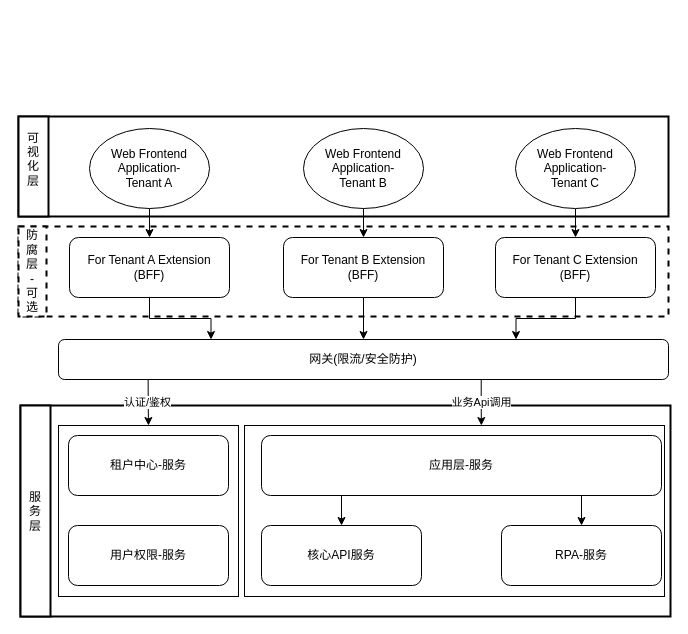
jackie-thank/beego-authz keeps this draw.io diagram as page "第 21 页" (21 of 21) of Enterprise-Architecture.drawio. Above is the earlier version. Source tidied: cells renumbered, new cells numbered last; positions are measured from the earlier drawing's top-left corner, leaving out a move shared by most shapes. Both pictures are drawn from the tidied source at 100%, with x=0, y=0 at pixel (18, 116).
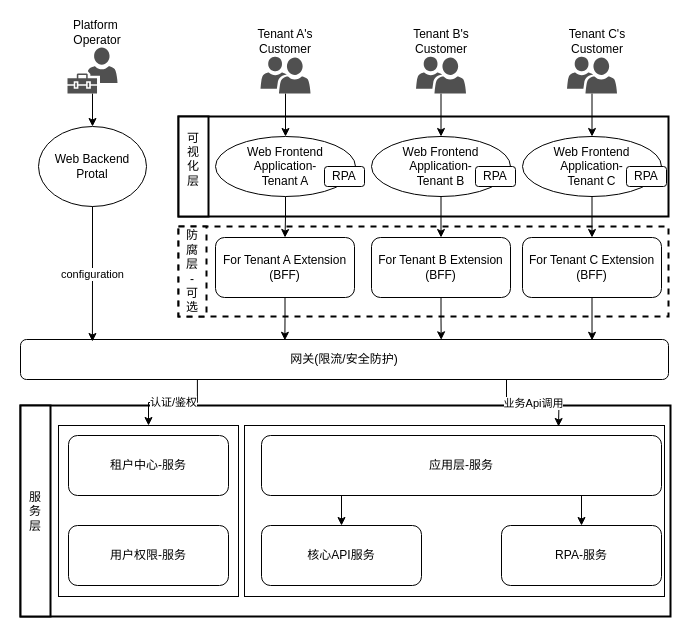
The same page after the edit.

The change refers to these unchanged cells:
```xml
<mxCell id="5" style="rounded=0;whiteSpace=wrap;html=1;" parent="1" vertex="1">
  <mxGeometry x="226" y="309" width="420" height="171" as="geometry" />
</mxCell>
<mxCell id="6" style="rounded=0;whiteSpace=wrap;html=1;" parent="1" vertex="1">
  <mxGeometry x="40" y="309" width="180" height="171" as="geometry" />
</mxCell>
```

Change to the diagram source:
```diff
@@
     <mxCell id="3" style="rounded=0;whiteSpace=wrap;html=1;strokeWidth=2;" parent="1" vertex="1">
-      <mxGeometry width="650" height="100" as="geometry" />
+      <mxGeometry x="160" width="490" height="100" as="geometry" />
     </mxCell>
     <mxCell id="4" style="rounded=0;whiteSpace=wrap;html=1;strokeWidth=2;dashed=1;" parent="1" vertex="1">
-      <mxGeometry y="110" width="650" height="90" as="geometry" />
+      <mxGeometry x="160" y="110" width="490" height="90" as="geometry" />
     </mxCell>
@@
-    <mxCell id="14" value="认证/鉴权" style="edgeStyle=orthogonalEdgeStyle;rounded=0;jettySize=auto;html=1;exitX=0.147;exitY=0.963;exitDx=0;exitDy=0;entryX=0.5;entryY=0;entryDx=0;entryDy=0;exitPerimeter=0;" parent="1" edge="1" source="16" target="6">
+    <mxCell id="14" value="认证/鉴权" style="edgeStyle=orthogonalEdgeStyle;rounded=0;jettySize=auto;html=1;exitX=0.273;exitY=0.975;exitDx=0;exitDy=0;entryX=0.5;entryY=0;entryDx=0;entryDy=0;exitPerimeter=0;" parent="1" edge="1" source="16" target="6">
       <mxGeometry relative="1" as="geometry" />
     </mxCell>
-    <mxCell id="15" value="业务Api调用" style="edgeStyle=orthogonalEdgeStyle;rounded=0;jettySize=auto;html=1;exitX=0.693;exitY=0.97;exitDx=0;exitDy=0;entryX=0.564;entryY=0;entryDx=0;entryDy=0;exitPerimeter=0;entryPerimeter=0;" parent="1" edge="1" source="16" target="5">
-      <mxGeometry relative="1" as="geometry" />
+    <mxCell id="15" value="业务Api调用" style="edgeStyle=orthogonalEdgeStyle;rounded=0;jettySize=auto;html=1;exitX=0.75;exitY=1;exitDx=0;exitDy=0;" parent="1" edge="1" source="16">
+      <mxGeometry relative="1" as="geometry">
+        <mxPoint x="540" y="310" as="targetPoint" />
+      </mxGeometry>
     </mxCell>
     <mxCell id="16" value="网关(限流/安全防护)" style="rounded=1;whiteSpace=wrap;html=1;" parent="1" vertex="1">
-      <mxGeometry x="40" y="223" width="610" height="40" as="geometry" />
+      <mxGeometry x="2" y="223" width="648" height="40" as="geometry" />
     </mxCell>
-    <mxCell id="17" style="edgeStyle=orthogonalEdgeStyle;rounded=0;jettySize=auto;html=1;exitX=0.5;exitY=1;exitDx=0;exitDy=0;entryX=0.75;entryY=0;entryDx=0;entryDy=0;" parent="1" edge="1" source="18" target="16">
+    <mxCell id="17" style="edgeStyle=orthogonalEdgeStyle;rounded=0;jettySize=auto;html=1;exitX=0.5;exitY=1;exitDx=0;exitDy=0;entryX=0.882;entryY=0.02;entryDx=0;entryDy=0;entryPerimeter=0;" parent="1" edge="1" source="18" target="16">
       <mxGeometry relative="1" as="geometry" />
     </mxCell>
     <mxCell id="18" value="&lt;div&gt;For Tenant C Extension&lt;/div&gt;&lt;div&gt;(BFF)&lt;/div&gt;" style="rounded=1;whiteSpace=wrap;html=1;flipH=0;" parent="1" vertex="1">
-      <mxGeometry x="477" y="121" width="160" height="60" as="geometry" />
+      <mxGeometry x="504" y="121" width="139" height="60" as="geometry" />
     </mxCell>
-    <mxCell id="19" style="edgeStyle=orthogonalEdgeStyle;rounded=0;jettySize=auto;html=1;exitX=0.5;exitY=1;exitDx=0;exitDy=0;" parent="1" edge="1" source="20" target="16">
-      <mxGeometry relative="1" as="geometry" />
+    <mxCell id="19" style="edgeStyle=orthogonalEdgeStyle;rounded=0;jettySize=auto;html=1;exitX=0.5;exitY=1;exitDx=0;exitDy=0;entryX=0.64;entryY=0.008;entryDx=0;entryDy=0;entryPerimeter=0;" parent="1" edge="1" source="20">
+      <mxGeometry relative="1" as="geometry">
+        <mxPoint x="422.7" y="223.3" as="targetPoint" />
+      </mxGeometry>
     </mxCell>
     <mxCell id="20" value="&lt;div&gt;For Tenant B Extension&lt;/div&gt;&lt;div&gt;(BFF)&lt;/div&gt;" style="rounded=1;whiteSpace=wrap;html=1;flipH=0;" parent="1" vertex="1">
-      <mxGeometry x="265" y="121" width="160" height="60" as="geometry" />
+      <mxGeometry x="353" y="121" width="139" height="60" as="geometry" />
     </mxCell>
-    <mxCell id="21" style="edgeStyle=orthogonalEdgeStyle;rounded=0;jettySize=auto;html=1;exitX=0.5;exitY=1;exitDx=0;exitDy=0;entryX=0.25;entryY=0;entryDx=0;entryDy=0;" parent="1" edge="1" source="22" target="16">
+    <mxCell id="21" style="edgeStyle=orthogonalEdgeStyle;rounded=0;jettySize=auto;html=1;exitX=0.5;exitY=1;exitDx=0;exitDy=0;entryX=0.408;entryY=0.02;entryDx=0;entryDy=0;entryPerimeter=0;" parent="1" edge="1" source="22" target="16">
       <mxGeometry relative="1" as="geometry" />
     </mxCell>
     <mxCell id="22" value="&lt;div&gt;For Tenant A Extension&lt;/div&gt;&lt;div&gt;(BFF)&lt;/div&gt;" style="rounded=1;whiteSpace=wrap;html=1;" parent="1" vertex="1">
-      <mxGeometry x="51" y="121" width="160" height="60" as="geometry" />
+      <mxGeometry x="197" y="121" width="139" height="60" as="geometry" />
     </mxCell>
@@
     <mxCell id="24" value="&lt;div&gt;Web Frontend&lt;/div&gt;&lt;div&gt;Application-&lt;/div&gt;&lt;div&gt;Tenant A&lt;/div&gt;" style="ellipse;whiteSpace=wrap;html=1;" parent="1" vertex="1">
-      <mxGeometry x="71" y="12" width="120" height="80" as="geometry" />
+      <mxGeometry x="197" y="20" width="140" height="60" as="geometry" />
     </mxCell>
@@
     <mxCell id="26" value="&lt;div&gt;Web Frontend&lt;/div&gt;&lt;div&gt;Application-&lt;/div&gt;&lt;div&gt;Tenant B&lt;/div&gt;" style="ellipse;whiteSpace=wrap;html=1;" parent="1" vertex="1">
-      <mxGeometry x="285" y="12" width="120" height="80" as="geometry" />
+      <mxGeometry x="353" y="20" width="139" height="60" as="geometry" />
     </mxCell>
@@
     <mxCell id="28" value="&lt;div&gt;Web Frontend&lt;/div&gt;&lt;div&gt;Application-&lt;/div&gt;&lt;div&gt;Tenant C&lt;/div&gt;" style="ellipse;whiteSpace=wrap;html=1;" parent="1" vertex="1">
-      <mxGeometry x="497" y="12" width="120" height="80" as="geometry" />
+      <mxGeometry x="504" y="20" width="139" height="60" as="geometry" />
     </mxCell>
@@
     <mxCell id="30" value="&lt;div&gt;防&lt;/div&gt;&lt;div&gt;腐&lt;/div&gt;&lt;div&gt;层&lt;/div&gt;&lt;div&gt;-&lt;/div&gt;&lt;div&gt;可&lt;/div&gt;&lt;div&gt;选&lt;/div&gt;" style="rounded=0;whiteSpace=wrap;html=1;strokeWidth=2;dashed=1;" parent="1" vertex="1">
-      <mxGeometry y="110" width="28" height="90" as="geometry" />
+      <mxGeometry x="160" y="110" width="28" height="90" as="geometry" />
     </mxCell>
     <mxCell id="31" value="&lt;div&gt;可&lt;/div&gt;&lt;div&gt;视&lt;/div&gt;&lt;div&gt;化&lt;/div&gt;&lt;div&gt;层&lt;/div&gt;&lt;div&gt;&lt;br&gt;&lt;/div&gt;" style="rounded=0;whiteSpace=wrap;html=1;strokeWidth=2;" parent="1" vertex="1">
-      <mxGeometry width="30" height="100" as="geometry" />
+      <mxGeometry x="160" width="30" height="100" as="geometry" />
     </mxCell>
+    <mxCell id="32" value="&lt;div&gt;Web Backend&lt;/div&gt;&lt;div&gt;Protal&lt;/div&gt;" style="ellipse;whiteSpace=wrap;html=1;" parent="1" vertex="1">
+      <mxGeometry x="20" y="10" width="108" height="80" as="geometry" />
+    </mxCell>
+    <mxCell id="33" value="configuration" style="edgeStyle=orthogonalEdgeStyle;rounded=0;jettySize=auto;html=1;exitX=0.5;exitY=1;exitDx=0;exitDy=0;entryX=0.111;entryY=0.05;entryDx=0;entryDy=0;entryPerimeter=0;" parent="1" edge="1" source="32" target="16">
+      <mxGeometry relative="1" as="geometry" />
+    </mxCell>
+    <mxCell id="34" style="rounded=0;jettySize=auto;html=1;exitX=0.5;exitY=1;exitDx=0;exitDy=0;exitPerimeter=0;entryX=0.5;entryY=0;entryDx=0;entryDy=0;" parent="1" edge="1" source="42" target="32">
+      <mxGeometry relative="1" as="geometry" />
+    </mxCell>
+    <mxCell id="35" style="edgeStyle=orthogonalEdgeStyle;rounded=0;jettySize=auto;html=1;exitX=0.5;exitY=1;exitDx=0;exitDy=0;exitPerimeter=0;" parent="1" edge="1" source="41" target="24">
+      <mxGeometry relative="1" as="geometry" />
+    </mxCell>
+    <mxCell id="36" style="edgeStyle=orthogonalEdgeStyle;rounded=0;jettySize=auto;html=1;exitX=0.5;exitY=1;exitDx=0;exitDy=0;exitPerimeter=0;" parent="1" edge="1" source="46" target="26">
+      <mxGeometry relative="1" as="geometry" />
+    </mxCell>
+    <mxCell id="37" style="edgeStyle=orthogonalEdgeStyle;rounded=0;jettySize=auto;html=1;exitX=0.5;exitY=1;exitDx=0;exitDy=0;exitPerimeter=0;entryX=0.5;entryY=0;entryDx=0;entryDy=0;" parent="1" edge="1" source="47" target="28">
+      <mxGeometry relative="1" as="geometry" />
+    </mxCell>
+    <mxCell id="38" value="RPA" style="rounded=1;whiteSpace=wrap;html=1;" parent="1" vertex="1">
+      <mxGeometry x="306" y="50" width="40" height="20" as="geometry" />
+    </mxCell>
+    <mxCell id="39" value="RPA" style="rounded=1;whiteSpace=wrap;html=1;" parent="1" vertex="1">
+      <mxGeometry x="457" y="50" width="40" height="20" as="geometry" />
+    </mxCell>
+    <mxCell id="40" value="RPA" style="rounded=1;whiteSpace=wrap;html=1;" parent="1" vertex="1">
+      <mxGeometry x="608" y="50" width="40" height="20" as="geometry" />
+    </mxCell>
+    <mxCell id="41" style="sketch=0;shadow=0;dashed=0;html=1;strokeColor=none;labelPosition=center;verticalLabelPosition=bottom;verticalAlign=top;align=center;fillColor=#505050;shape=mxgraph.mscae.intune.user_group;" parent="1" vertex="1">
+      <mxGeometry x="242" y="-60" width="50" height="37" as="geometry" />
+    </mxCell>
+    <mxCell id="42" style="sketch=0;shadow=0;dashed=0;html=1;strokeColor=none;labelPosition=center;verticalLabelPosition=bottom;verticalAlign=top;align=center;fillColor=#505050;shape=mxgraph.mscae.intune.user_management;" parent="1" vertex="1">
+      <mxGeometry x="49" y="-69" width="50" height="46" as="geometry" />
+    </mxCell>
+    <mxCell id="43" value="&lt;div&gt;Tenant A's&lt;/div&gt;&lt;div&gt;Customer&lt;/div&gt;" style="text;html=1;align=center;verticalAlign=middle;whiteSpace=wrap;rounded=0;" parent="1" vertex="1">
+      <mxGeometry x="237" y="-90" width="60" height="30" as="geometry" />
+    </mxCell>
+    <mxCell id="44" value="&lt;div&gt;Tenant B's&lt;/div&gt;&lt;div&gt;Customer&lt;/div&gt;" style="text;html=1;align=center;verticalAlign=middle;whiteSpace=wrap;rounded=0;" parent="1" vertex="1">
+      <mxGeometry x="392.5" y="-90" width="60" height="30" as="geometry" />
+    </mxCell>
+    <mxCell id="45" value="&lt;div&gt;Tenant C's&lt;/div&gt;&lt;div&gt;Customer&lt;/div&gt;" style="text;html=1;align=center;verticalAlign=middle;whiteSpace=wrap;rounded=0;" parent="1" vertex="1">
+      <mxGeometry x="548.5" y="-90" width="60" height="30" as="geometry" />
+    </mxCell>
+    <mxCell id="46" style="sketch=0;shadow=0;dashed=0;html=1;strokeColor=none;labelPosition=center;verticalLabelPosition=bottom;verticalAlign=top;align=center;fillColor=#505050;shape=mxgraph.mscae.intune.user_group;" parent="1" vertex="1">
+      <mxGeometry x="397.5" y="-60" width="50" height="37" as="geometry" />
+    </mxCell>
+    <mxCell id="47" style="sketch=0;shadow=0;dashed=0;html=1;strokeColor=none;labelPosition=center;verticalLabelPosition=bottom;verticalAlign=top;align=center;fillColor=#505050;shape=mxgraph.mscae.intune.user_group;" parent="1" vertex="1">
+      <mxGeometry x="548.5" y="-60" width="50" height="37" as="geometry" />
+    </mxCell>
+    <mxCell id="48" value="&lt;div&gt;Platform&amp;nbsp;&lt;/div&gt;&lt;div&gt;Operator&lt;/div&gt;" style="text;html=1;align=center;verticalAlign=middle;whiteSpace=wrap;rounded=0;" parent="1" vertex="1">
+      <mxGeometry x="49" y="-99" width="60" height="30" as="geometry" />
+    </mxCell>
```
